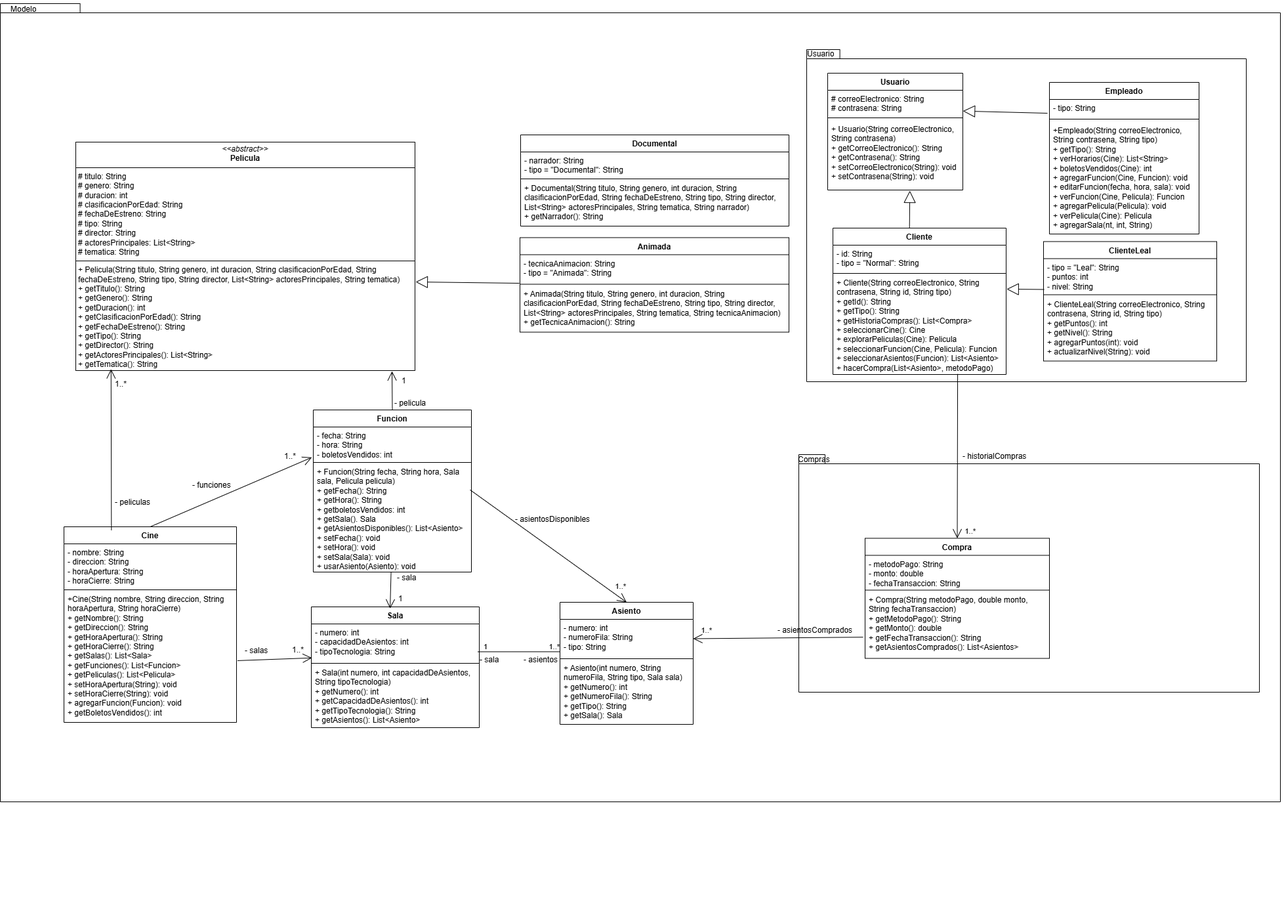
Earlier version of the draw.io export Taller4_Cines/UML.png (aleja-romero/DPO). Source tidied: cells renumbered, new cells last; positions are measured from the earlier drawing's top-left corner, leaving out a move shared by most shapes.
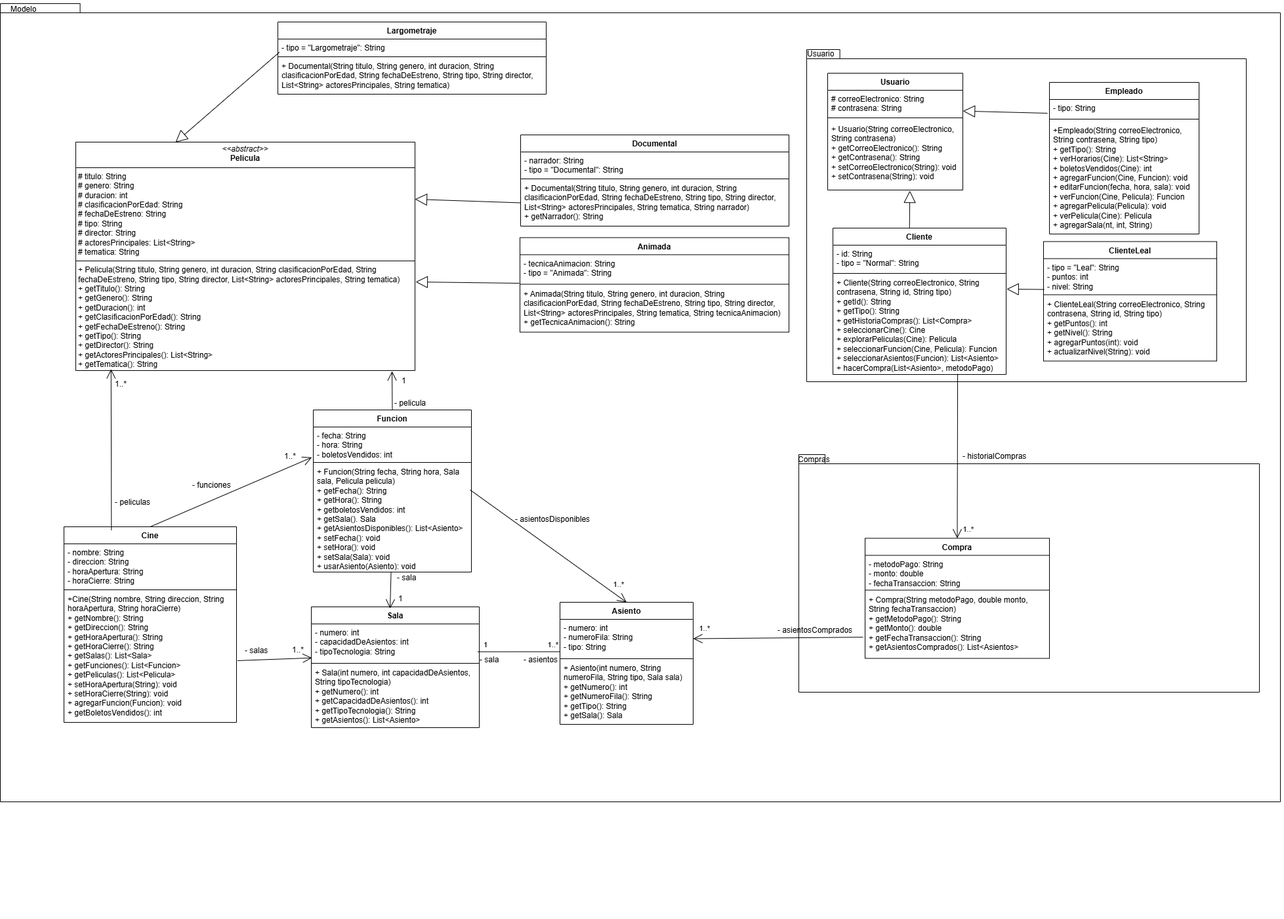
After the commit.

Diff of the diagram source:
```diff
@@ -264,6 +264,24 @@
     <mxCell id="82" value="- salas" style="text;strokeColor=none;fillColor=none;align=left;verticalAlign=top;spacingLeft=4;spacingRight=4;overflow=hidden;whiteSpace=wrap;html=1;" parent="5" vertex="1">
       <mxGeometry x="-30" y="954.5" width="100" height="26" as="geometry" />
     </mxCell>
+    <mxCell id="90" style="endArrow=block;endSize=16;endFill=0;html=1;rounded=0;fontSize=12;curved=1;entryX=1;entryY=0.25;entryDx=0;entryDy=0;exitX=0;exitY=0.5;exitDx=0;exitDy=0;" parent="5" edge="1" source="72" target="54">
+      <mxGeometry relative="1" as="geometry" />
+    </mxCell>
+    <mxCell id="91" value="Largometraje" style="swimlane;fontStyle=1;align=center;verticalAlign=top;horizontal=1;startSize=26;whiteSpace=wrap;html=1;" parent="5" vertex="1">
+      <mxGeometry x="26" y="11" width="409" height="110" as="geometry" />
+    </mxCell>
+    <mxCell id="92" value="&lt;span style=&quot;background-color: transparent; color: light-dark(rgb(0, 0, 0), rgb(255, 255, 255));&quot;&gt;- tipo = &quot;Largometraje&quot;: String&lt;/span&gt;" style="text;strokeColor=none;fillColor=none;align=left;verticalAlign=top;spacingLeft=4;spacingRight=4;overflow=hidden;points=[[0,0.5],[1,0.5]];portConstraint=eastwest;whiteSpace=wrap;html=1;" parent="91" vertex="1">
+      <mxGeometry y="26" width="409" height="26" as="geometry" />
+    </mxCell>
+    <mxCell id="93" style="line;strokeWidth=1;fillColor=none;align=left;verticalAlign=middle;spacingTop=-1;spacingLeft=3;spacingRight=3;labelPosition=right;strokeColor=inherit;" parent="91" vertex="1">
+      <mxGeometry y="52" width="409" height="2" as="geometry" />
+    </mxCell>
+    <mxCell id="94" value="+ Documental(String titulo, String genero, int duracion, String clasificacionPorEdad, String fechaDeEstreno, String tipo, String director, List&amp;lt;String&amp;gt; actoresPrincipales, String tematica)" style="text;strokeColor=none;fillColor=none;align=left;verticalAlign=top;spacingLeft=4;spacingRight=4;overflow=hidden;whiteSpace=wrap;html=1;" parent="91" vertex="1">
+      <mxGeometry y="54" width="409" height="56" as="geometry" />
+    </mxCell>
+    <mxCell id="95" style="endArrow=block;endSize=16;endFill=0;html=1;rounded=0;fontSize=12;curved=1;entryX=0.294;entryY=0.001;entryDx=0;entryDy=0;exitX=0.006;exitY=0.767;exitDx=0;exitDy=0;entryPerimeter=0;exitPerimeter=0;" parent="5" edge="1" source="92" target="54">
+      <mxGeometry relative="1" as="geometry" />
+    </mxCell>
     <mxCell id="83" value="Cine" style="swimlane;fontStyle=1;align=center;verticalAlign=top;horizontal=1;startSize=26;whiteSpace=wrap;html=1;" parent="1" vertex="1">
       <mxGeometry x="97" y="802" width="263" height="298" as="geometry" />
     </mxCell>
```
